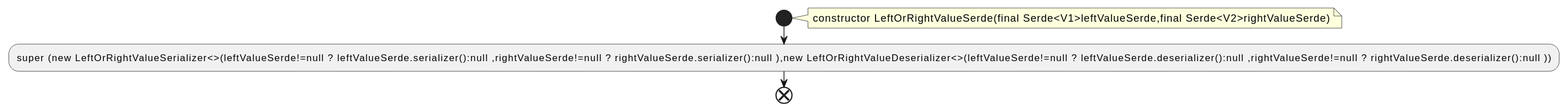
This is docs/qc/streams/src/main/java/org/apache/kafka/streams/state/internals/LeftOrRightValueSerde.java.fct.svg from qualitesys/kafka, a PlantUML export, as it was before one commit.
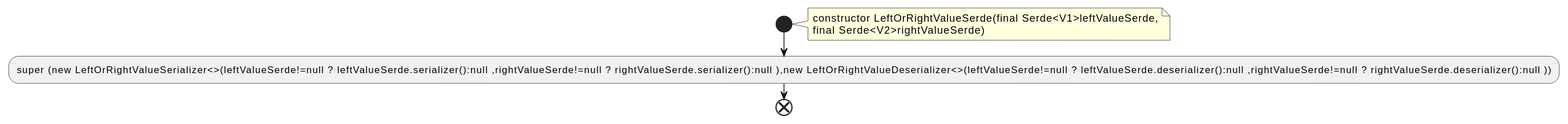
The same diagram one commit later.

Diff of the diagram source:
```diff
@@ -2,7 +2,8 @@
 !pragma layout smetana
 start
 note right
-constructor LeftOrRightValueSerde(final Serde<V1>leftValueSerde,final Serde<V2>rightValueSerde)
+constructor LeftOrRightValueSerde(final Serde<V1>leftValueSerde,
+final Serde<V2>rightValueSerde)
 end note
 :super (new LeftOrRightValueSerializer<>(leftValueSerde!=null ? leftValueSerde.serializer():null ,rightValueSerde!=null ? rightValueSerde.serializer():null ),new LeftOrRightValueDeserializer<>(leftValueSerde!=null ? leftValueSerde.deserializer():null ,rightValueSerde!=null ? rightValueSerde.deserializer():null ));
 end
```
